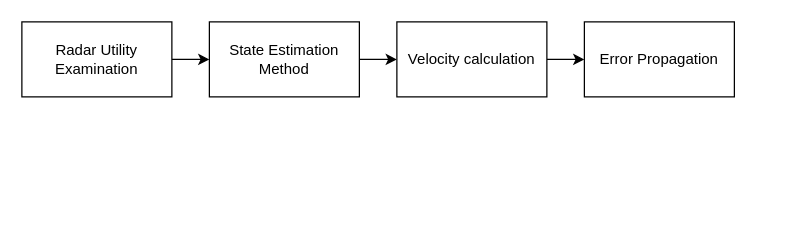
Earlier version of the draw.io diagram Presenatation/Untitled Diagram.drawio (alme96/SemesterProject_RadialInertialStateEstimation). Source tidied: cells renumbered, new cells numbered last; positions are measured from the earlier drawing's top-left corner, leaving out a move shared by most shapes. Both pictures are drawn from the tidied source at 125%, with x=0, y=0 at pixel (21, 21).
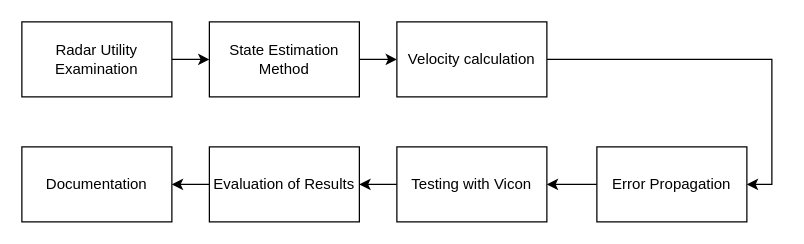
The same page after the edit.

Change to the diagram source:
```diff
@@
 <mxGraphModel>
   <root>
     <mxCell id="0" />
     <mxCell id="1" parent="0" />
     <mxCell id="2" style="edgeStyle=orthogonalEdgeStyle;rounded=0;jettySize=auto;html=1;" parent="1" edge="1" source="3" target="5">
       <mxGeometry relative="1" as="geometry" />
     </mxCell>
     <mxCell id="3" value="Radar Utility Examination" style="rounded=0;whiteSpace=wrap;html=1;" parent="1" vertex="1">
       <mxGeometry width="120" height="60" as="geometry" />
     </mxCell>
     <mxCell id="4" style="edgeStyle=orthogonalEdgeStyle;rounded=0;jettySize=auto;html=1;" parent="1" edge="1" source="5" target="7">
       <mxGeometry relative="1" as="geometry" />
     </mxCell>
     <mxCell id="5" value="State Estimation Method" style="rounded=0;whiteSpace=wrap;html=1;" parent="1" vertex="1">
       <mxGeometry x="150" width="120" height="60" as="geometry" />
     </mxCell>
-    <mxCell id="6" style="edgeStyle=orthogonalEdgeStyle;rounded=0;jettySize=auto;html=1;" parent="1" edge="1" source="7" target="8">
+    <mxCell id="6" style="edgeStyle=orthogonalEdgeStyle;rounded=0;jettySize=auto;html=1;entryX=1;entryY=0.5;entryDx=0;entryDy=0;" parent="1" edge="1" source="7" target="8">
       <mxGeometry relative="1" as="geometry" />
     </mxCell>
     <mxCell id="7" value="Velocity calculation" style="whiteSpace=wrap;html=1;" parent="1" vertex="1">
       <mxGeometry x="300" width="120" height="60" as="geometry" />
     </mxCell>
+    <mxCell id="9" style="edgeStyle=orthogonalEdgeStyle;rounded=0;jettySize=auto;html=1;" parent="1" edge="1" source="8" target="11">
+      <mxGeometry relative="1" as="geometry" />
+    </mxCell>
     <mxCell id="8" value="Error Propagation" style="whiteSpace=wrap;html=1;" parent="1" vertex="1">
-      <mxGeometry x="450" width="120" height="60" as="geometry" />
+      <mxGeometry x="460" y="100" width="120" height="60" as="geometry" />
     </mxCell>
+    <mxCell id="10" style="edgeStyle=orthogonalEdgeStyle;rounded=0;jettySize=auto;html=1;" parent="1" edge="1" source="11" target="13">
+      <mxGeometry relative="1" as="geometry" />
+    </mxCell>
+    <mxCell id="11" value="Testing with Vicon" style="whiteSpace=wrap;html=1;" parent="1" vertex="1">
+      <mxGeometry x="300" y="100" width="120" height="60" as="geometry" />
+    </mxCell>
+    <mxCell id="12" style="edgeStyle=orthogonalEdgeStyle;rounded=0;jettySize=auto;html=1;" parent="1" edge="1" source="13" target="14">
+      <mxGeometry relative="1" as="geometry" />
+    </mxCell>
+    <mxCell id="13" value="Evaluation of Results" style="whiteSpace=wrap;html=1;" parent="1" vertex="1">
+      <mxGeometry x="150" y="100" width="120" height="60" as="geometry" />
+    </mxCell>
+    <mxCell id="14" value="Documentation" style="whiteSpace=wrap;html=1;" parent="1" vertex="1">
+      <mxGeometry y="100" width="120" height="60" as="geometry" />
+    </mxCell>
   </root>
 </mxGraphModel>
```
